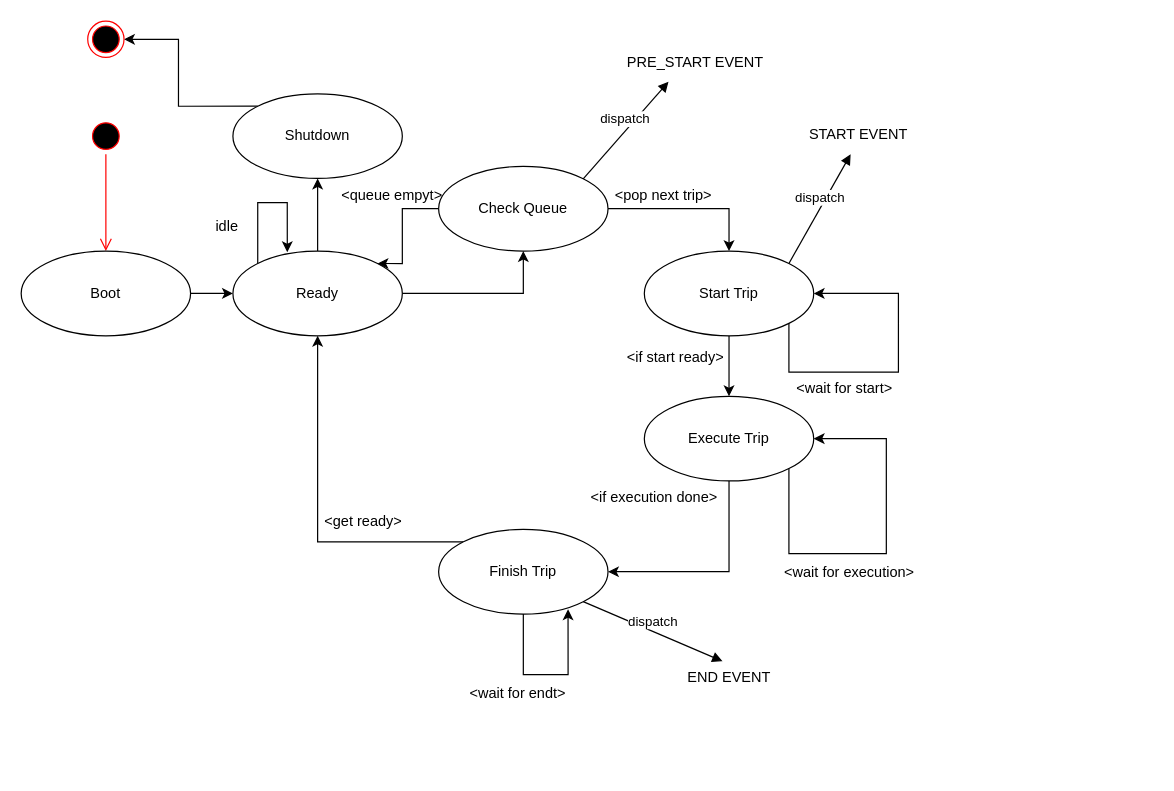
This is doc/diagram/logic_state_machine.drawio from thornwishstalon/probable-liftoff-machine, a draw.io file, before an edit. Source tidied: cells renumbered, new cells numbered last; positions are measured from the earlier drawing's top-left corner, leaving out a move shared by most shapes. Both pictures are drawn from the tidied source at 121%, with x=0, y=0 at pixel (21, 21).
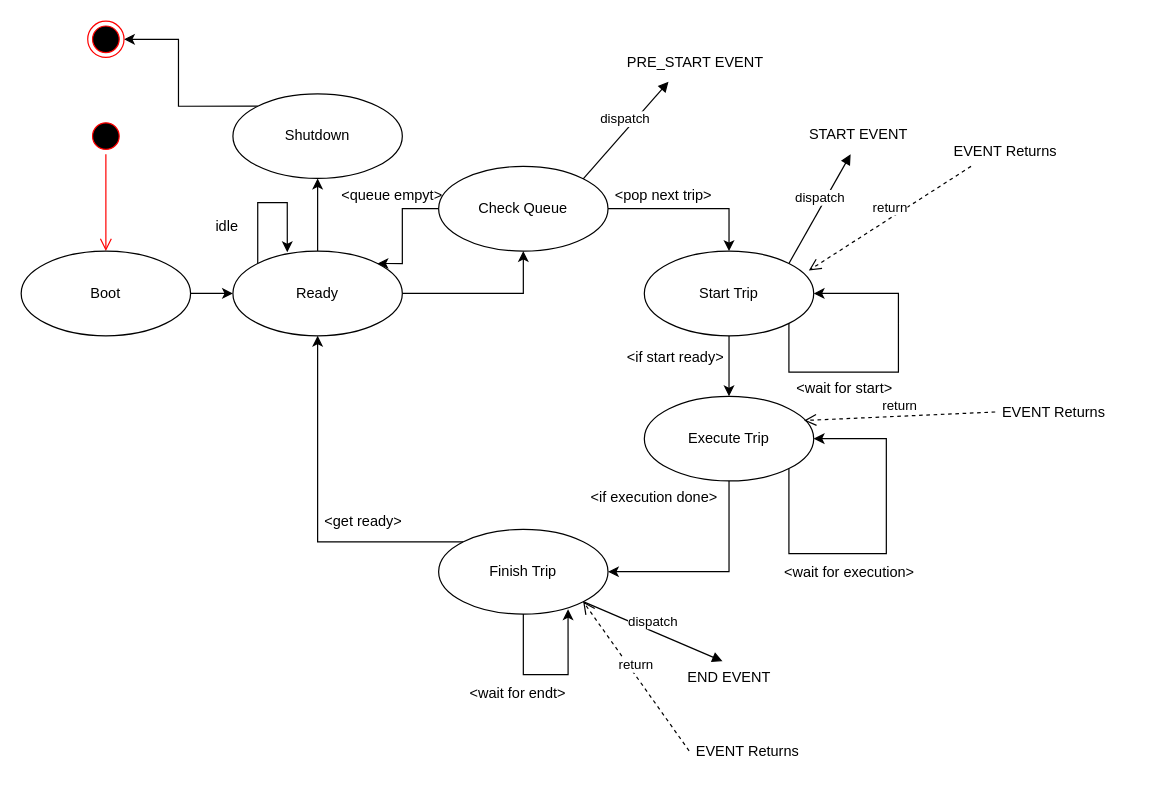
The same page after the edit.

Unchanged cells that the change refers to:
```xml
<mxCell id="16" value="Start Trip" style="ellipse;whiteSpace=wrap;html=1;" parent="1" vertex="1">
  <mxGeometry x="515" y="190" width="140" height="70" as="geometry" />
</mxCell>
<mxCell id="18" value="Execute Trip" style="ellipse;whiteSpace=wrap;html=1;" parent="1" vertex="1">
  <mxGeometry x="515" y="310" width="140" height="70" as="geometry" />
</mxCell>
<mxCell id="20" value="Finish Trip" style="ellipse;whiteSpace=wrap;html=1;" parent="1" vertex="1">
  <mxGeometry x="345" y="420" width="140" height="70" as="geometry" />
</mxCell>
```

What changed in the source:
```diff
@@
+    <mxCell id="40" value="return" style="html=1;verticalAlign=bottom;endArrow=open;dashed=1;endSize=8;rounded=0;entryX=0.971;entryY=0.229;entryDx=0;entryDy=0;entryPerimeter=0;" parent="1" edge="1" target="16">
+      <mxGeometry relative="1" as="geometry">
+        <mxPoint x="785" y="120" as="sourcePoint" />
+      </mxGeometry>
+    </mxCell>
+    <mxCell id="41" value="EVENT Returns" style="text;strokeColor=none;fillColor=none;align=left;verticalAlign=top;spacingLeft=4;spacingRight=4;overflow=hidden;" parent="1" vertex="1">
+      <mxGeometry x="765" y="94" width="130" height="26" as="geometry" />
+    </mxCell>
+    <mxCell id="42" value="return" style="html=1;verticalAlign=bottom;endArrow=open;dashed=1;endSize=8;rounded=0;entryX=1;entryY=1;entryDx=0;entryDy=0;exitX=0;exitY=0.5;exitDx=0;exitDy=0;" parent="1" edge="1" source="43" target="20">
+      <mxGeometry relative="1" as="geometry" />
+    </mxCell>
+    <mxCell id="43" value="EVENT Returns" style="text;strokeColor=none;fillColor=none;align=left;verticalAlign=top;spacingLeft=4;spacingRight=4;overflow=hidden;points=[[0,0.5],[1,0.5]];portConstraint=eastwest;" parent="1" vertex="1">
+      <mxGeometry x="552" y="590" width="130" height="26" as="geometry" />
+    </mxCell>
+    <mxCell id="44" value="return" style="html=1;verticalAlign=bottom;endArrow=open;dashed=1;endSize=8;rounded=0;entryX=0.943;entryY=0.286;entryDx=0;entryDy=0;entryPerimeter=0;exitX=0;exitY=0.5;exitDx=0;exitDy=0;" parent="1" edge="1" source="45" target="18">
+      <mxGeometry relative="1" as="geometry" />
+    </mxCell>
+    <mxCell id="45" value="EVENT Returns" style="text;strokeColor=none;fillColor=none;align=left;verticalAlign=top;spacingLeft=4;spacingRight=4;overflow=hidden;points=[[0,0.5],[1,0.5]];portConstraint=eastwest;" parent="1" vertex="1">
+      <mxGeometry x="805" y="310" width="130" height="26" as="geometry" />
+    </mxCell>
```
